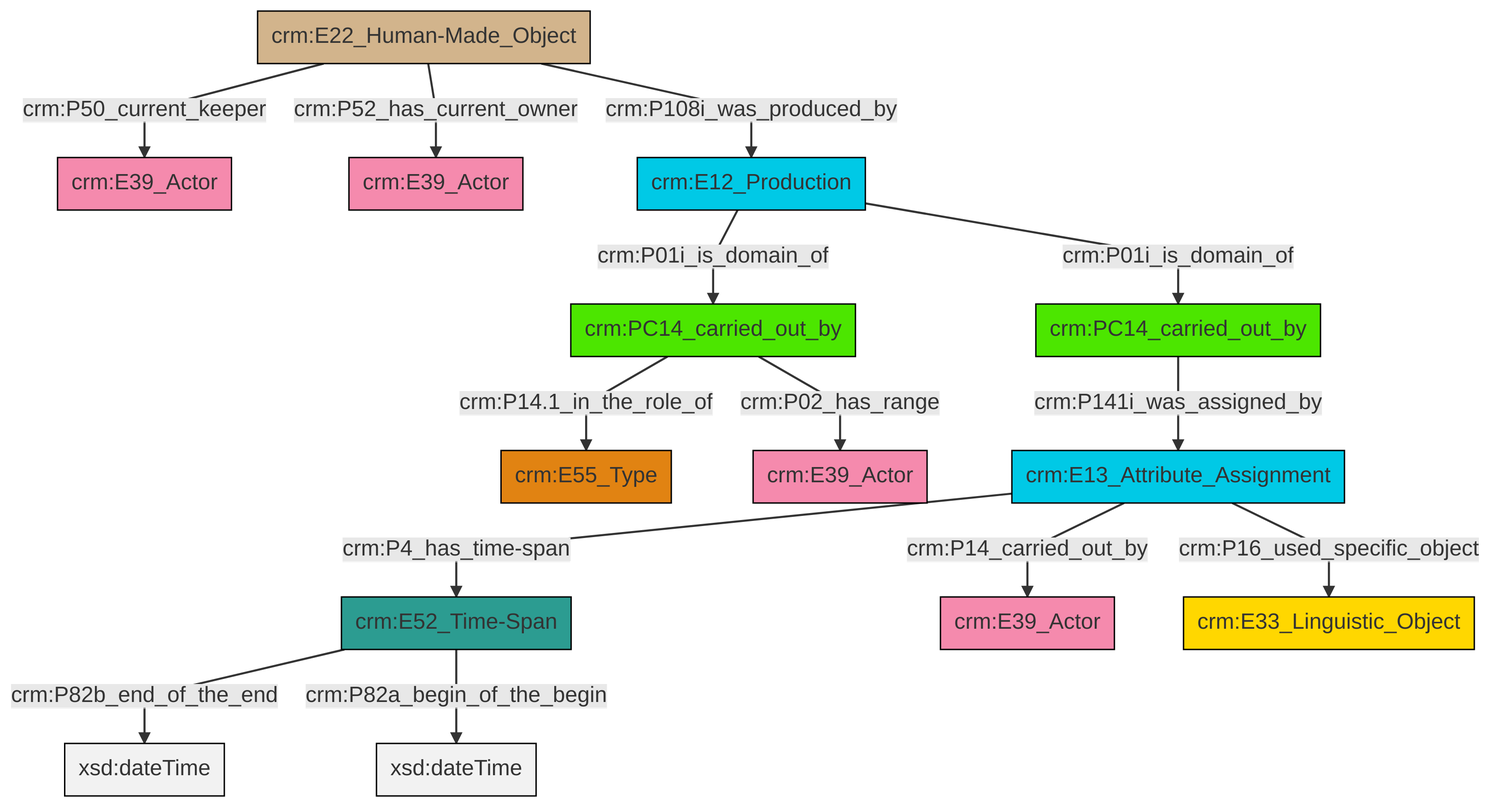
Earlier version of the Mermaid export et/carrierCSV/ttl/mmd/png/carrier_relations.png (swiss-art-research-net/docs.swissartresearch). Its source is kept beside it as et/carrierCSV/ttl/mmd/carrier_relations.ttl.mmd.
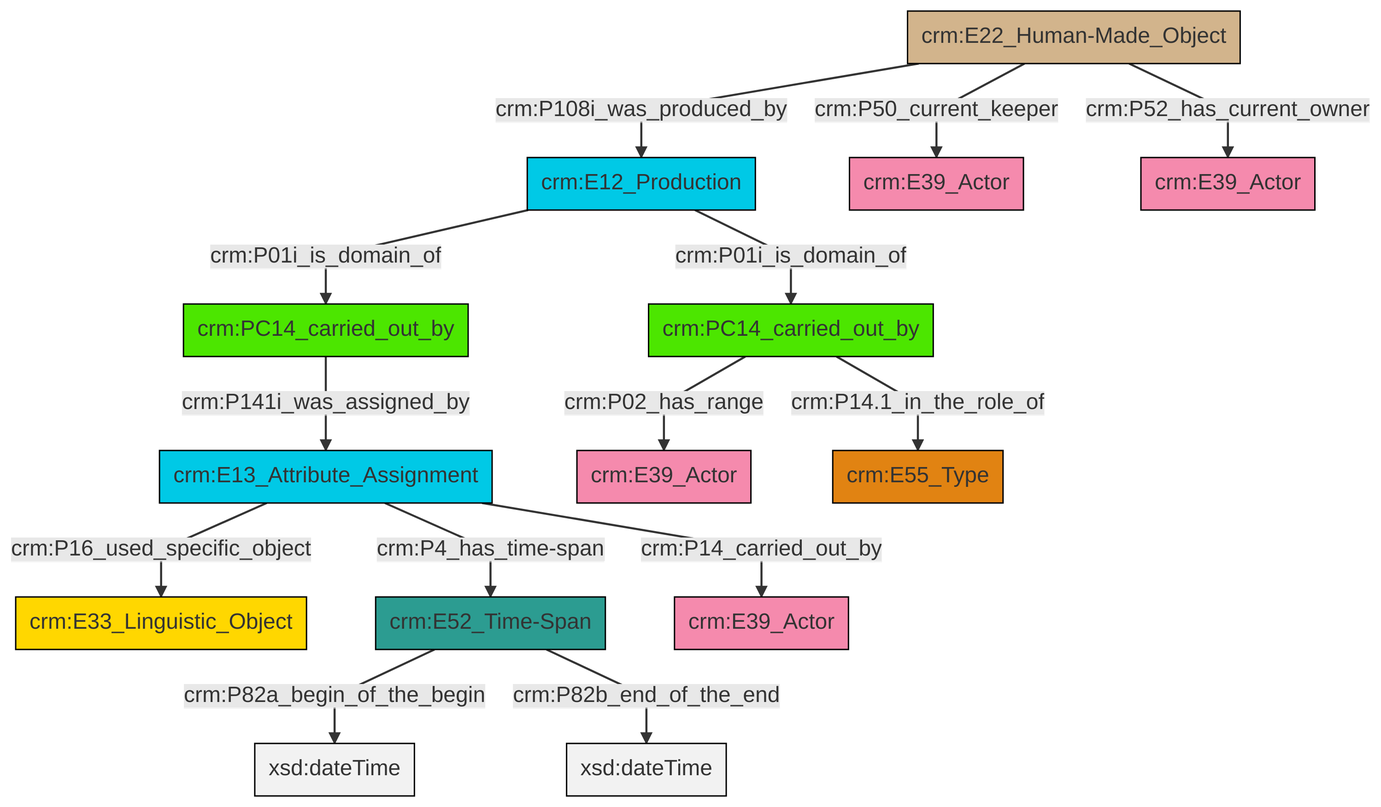
After the commit.

What changed in the source:
```diff
@@ -13,16 +13,16 @@
 classDef PC_Classes fill:#4ce600, stroke:#000000;
 classDef Multi fill:#cccccc,stroke:#000000;
 
-0["crm:PC14_carried_out_by"]:::PC_Classes -->|crm:P14.1_in_the_role_of| 1["crm:E55_Type"]:::Type
-4["crm:E22_Human-Made_Object"]:::Physical_Thing -->|crm:P50_current_keeper| 5["crm:E39_Actor"]:::Actor
-6["crm:PC14_carried_out_by"]:::PC_Classes -->|crm:P141i_was_assigned_by| 11["crm:E13_Attribute_Assignment"]:::Temporal_Entity
-12["crm:E52_Time-Span"]:::Time-Span -->|crm:P82b_end_of_the_end| 13[xsd:dateTime]:::Literal
-15["crm:E12_Production"]:::Temporal_Entity -->|crm:P01i_is_domain_of| 6["crm:PC14_carried_out_by"]:::PC_Classes
-11["crm:E13_Attribute_Assignment"]:::Temporal_Entity -->|crm:P14_carried_out_by| 16["crm:E39_Actor"]:::Actor
-12["crm:E52_Time-Span"]:::Time-Span -->|crm:P82a_begin_of_the_begin| 17[xsd:dateTime]:::Literal
-4["crm:E22_Human-Made_Object"]:::Physical_Thing -->|crm:P108i_was_produced_by| 15["crm:E12_Production"]:::Temporal_Entity
-0["crm:PC14_carried_out_by"]:::PC_Classes -->|crm:P02_has_range| 2["crm:E39_Actor"]:::Actor
-11["crm:E13_Attribute_Assignment"]:::Temporal_Entity -->|crm:P16_used_specific_object| 18["crm:E33_Linguistic_Object"]:::Conceptual_Object
-15["crm:E12_Production"]:::Temporal_Entity -->|crm:P01i_is_domain_of| 0["crm:PC14_carried_out_by"]:::PC_Classes
-11["crm:E13_Attribute_Assignment"]:::Temporal_Entity -->|crm:P4_has_time-span| 12["crm:E52_Time-Span"]:::Time-Span
-4["crm:E22_Human-Made_Object"]:::Physical_Thing -->|crm:P52_has_current_owner| 8["crm:E39_Actor"]:::Actor
+0["crm:E12_Production"]:::Temporal_Entity -->|crm:P01i_is_domain_of| 1["crm:PC14_carried_out_by"]:::PC_Classes
+2["crm:E13_Attribute_Assignment"]:::Temporal_Entity -->|crm:P16_used_specific_object| 3["crm:E33_Linguistic_Object"]:::Conceptual_Object
+1["crm:PC14_carried_out_by"]:::PC_Classes -->|crm:P02_has_range| 4["crm:E39_Actor"]:::Actor
+0["crm:E12_Production"]:::Temporal_Entity -->|crm:P01i_is_domain_of| 5["crm:PC14_carried_out_by"]:::PC_Classes
+6["crm:E52_Time-Span"]:::Time-Span -->|crm:P82a_begin_of_the_begin| 7[xsd:dateTime]:::Literal
+5["crm:PC14_carried_out_by"]:::PC_Classes -->|crm:P141i_was_assigned_by| 2["crm:E13_Attribute_Assignment"]:::Temporal_Entity
+6["crm:E52_Time-Span"]:::Time-Span -->|crm:P82b_end_of_the_end| 8[xsd:dateTime]:::Literal
+2["crm:E13_Attribute_Assignment"]:::Temporal_Entity -->|crm:P14_carried_out_by| 11["crm:E39_Actor"]:::Actor
+18["crm:E22_Human-Made_Object"]:::Physical_Thing -->|crm:P52_has_current_owner| 12["crm:E39_Actor"]:::Actor
+2["crm:E13_Attribute_Assignment"]:::Temporal_Entity -->|crm:P4_has_time-span| 6["crm:E52_Time-Span"]:::Time-Span
+1["crm:PC14_carried_out_by"]:::PC_Classes -->|crm:P14.1_in_the_role_of| 15["crm:E55_Type"]:::Type
+18["crm:E22_Human-Made_Object"]:::Physical_Thing -->|crm:P50_current_keeper| 9["crm:E39_Actor"]:::Actor
+18["crm:E22_Human-Made_Object"]:::Physical_Thing -->|crm:P108i_was_produced_by| 0["crm:E12_Production"]:::Temporal_Entity
```
